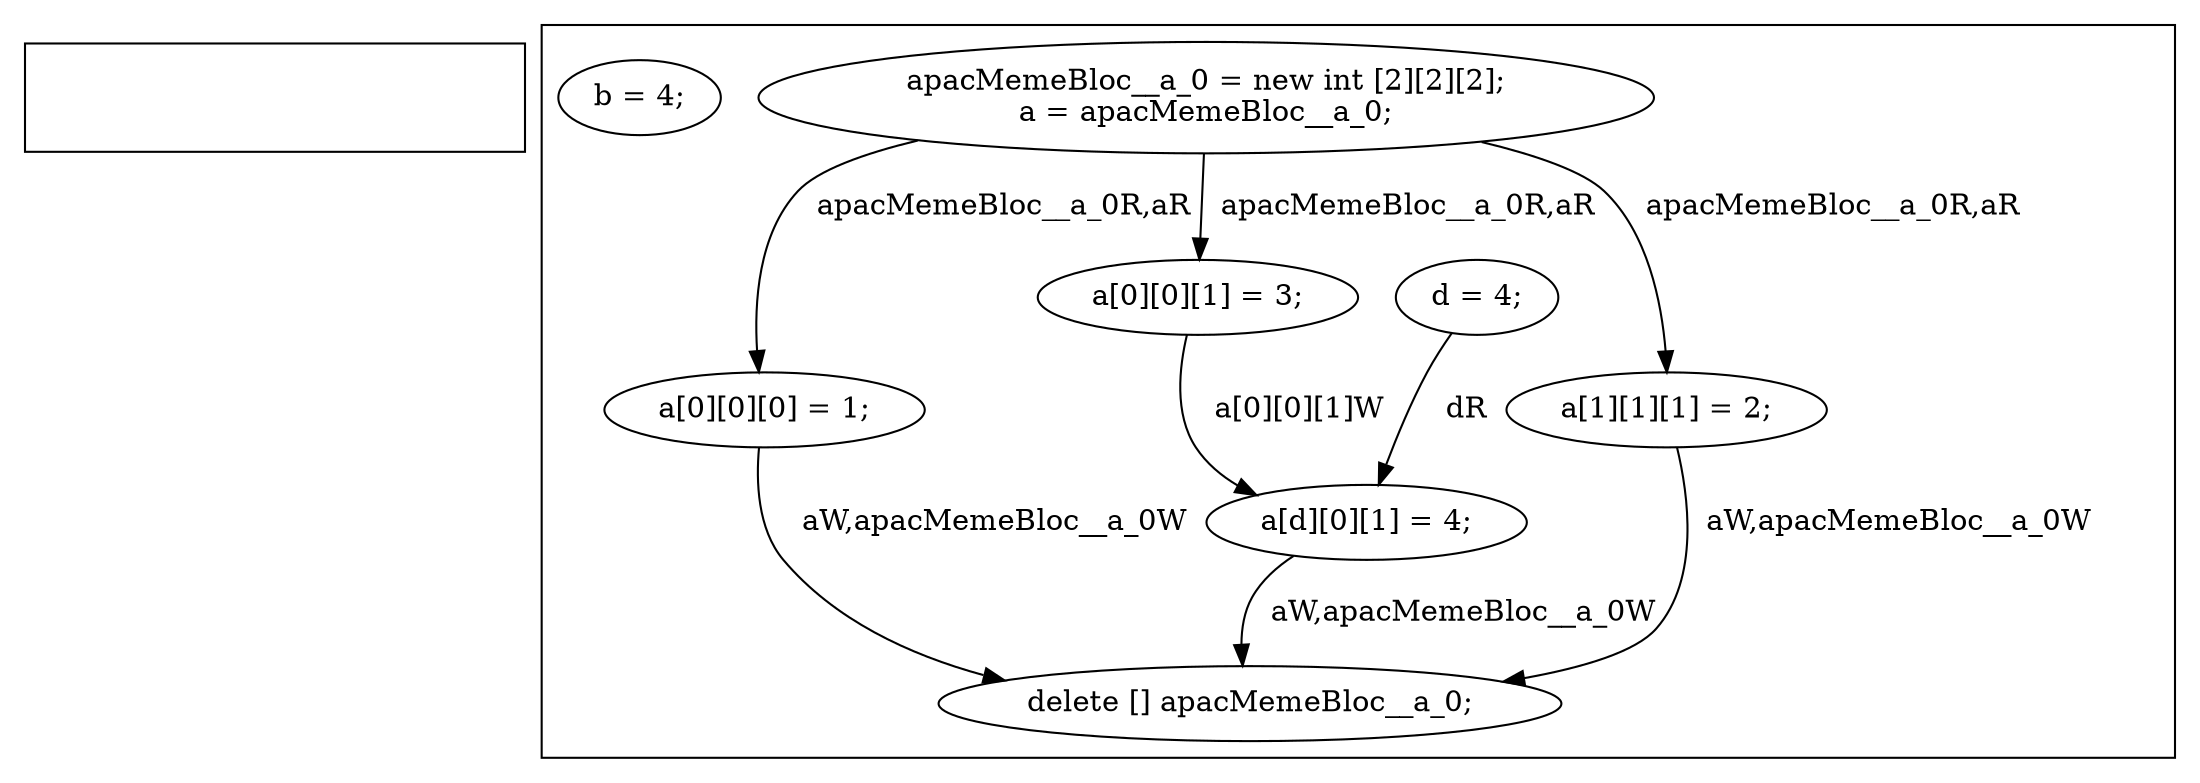
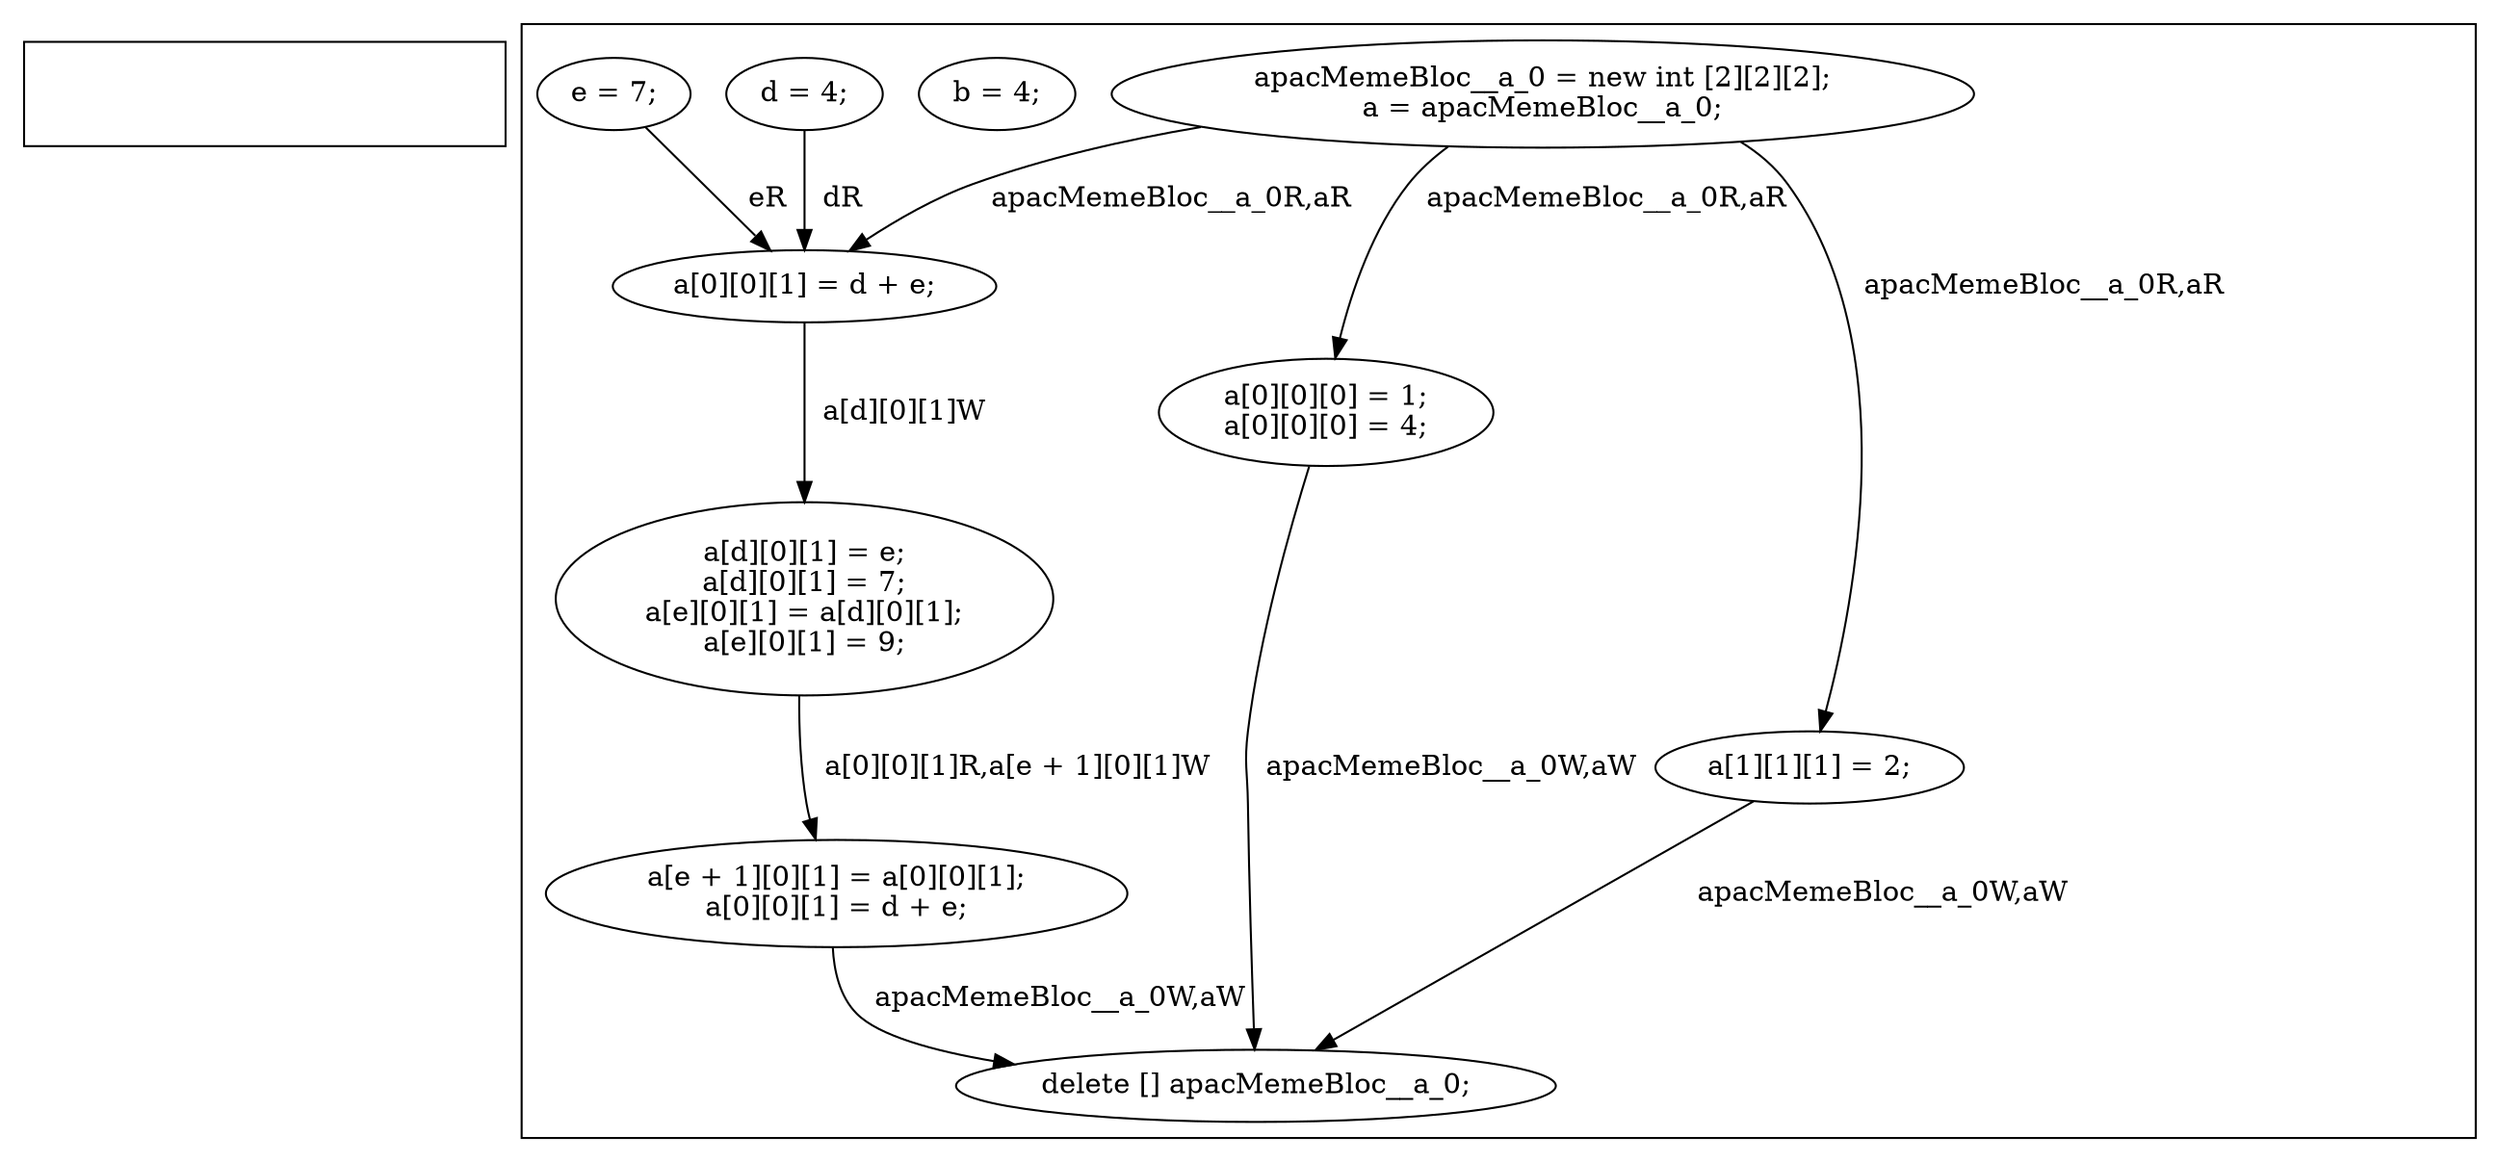
digraph G {
subgraph cluster_f0 {
    invisibleNodeScope_2 [style=invis];
}
subgraph cluster_f1 {
    invisibleNodeScope_3 [style=invis];
    0 [label="apacMemeBloc__a_0 = new int [2][2][2];
a = apacMemeBloc__a_0;"];
    2 [label="b = 4;"];
    3 [label="d = 4;"];
-     4 [label="a[0][0][0] = 1;"];
-     5 [label="a[1][1][1] = 2;"];
-     6 [label="a[0][0][1] = 3;"];
-     7 [label="a[d][0][1] = 4;"];
-     8 [label="delete [] apacMemeBloc__a_0;"];
+     4 [label="e = 7;"];
+     5 [label="a[0][0][0] = 1;
+ a[0][0][0] = 4;"];
+     7 [label="a[1][1][1] = 2;"];
+     8 [label="a[0][0][1] = d + e;"];
+     9 [label="a[d][0][1] = e;
+ a[d][0][1] = 7;
+ a[e][0][1] = a[d][0][1];
+ a[e][0][1] = 9;"];
+     13 [label="a[e + 1][0][1] = a[0][0][1];
+ a[0][0][1] = d + e;"];
+     15 [label="delete [] apacMemeBloc__a_0;"];
}
-     0 -> 6[label="  apacMemeBloc__a_0R,aR"];
    0 -> 5[label="  apacMemeBloc__a_0R,aR"];
-     0 -> 4[label="  apacMemeBloc__a_0R,aR"];
-     3 -> 7[label="  dR"];
-     4 -> 8[label="  aW,apacMemeBloc__a_0W"];
-     5 -> 8[label="  aW,apacMemeBloc__a_0W"];
-     6 -> 7[label="  a[0][0][1]W"];
-     7 -> 8[label="  aW,apacMemeBloc__a_0W"];
+     0 -> 7[label="  apacMemeBloc__a_0R,aR"];
+     0 -> 8[label="  apacMemeBloc__a_0R,aR"];
+     3 -> 8[label="  dR"];
+     4 -> 8[label="  eR"];
+     5 -> 15[label="  apacMemeBloc__a_0W,aW"];
+     7 -> 15[label="  apacMemeBloc__a_0W,aW"];
+     8 -> 9[label="  a[d][0][1]W"];
+     9 -> 13[label="  a[0][0][1]R,a[e + 1][0][1]W"];
+     13 -> 15[label="  apacMemeBloc__a_0W,aW"];
}
